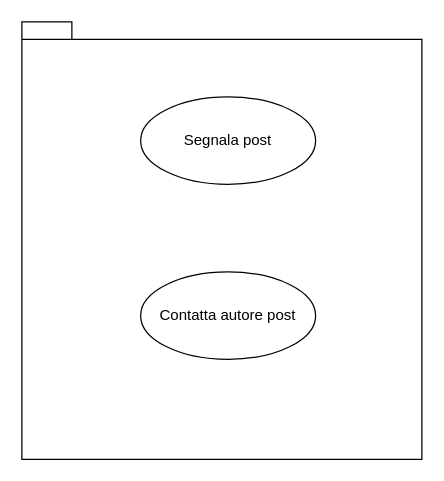
Above: page "Interazione con un post" (4 of 5) of useCase.drawio in archer-65/natour-2122 (draw.io), before the change. Source tidied: cells renumbered, new cells numbered last; positions are measured from the earlier drawing's top-left corner, leaving out a move shared by most shapes. Both pictures are drawn from the tidied source at 125%, with x=0, y=0 at pixel (21, 21).
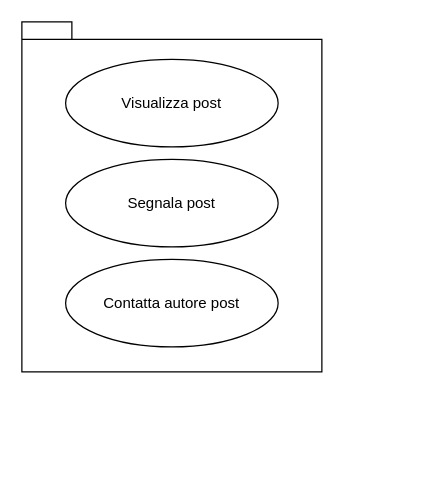
The same diagram, later.

The edit, as a diff of the source:
```diff
@@
 <mxGraphModel>
   <root>
     <mxCell id="0" />
     <mxCell id="1" parent="0" />
     <mxCell id="2" style="shape=folder;fontStyle=1;spacingTop=10;tabWidth=40;tabHeight=14;tabPosition=left;html=1;" parent="1" vertex="1">
-      <mxGeometry width="320" height="350" as="geometry" />
+      <mxGeometry width="240" height="280" as="geometry" />
     </mxCell>
     <mxCell id="3" value="Segnala post" style="ellipse;whiteSpace=wrap;html=1;" parent="1" vertex="1">
-      <mxGeometry x="95" y="60" width="140" height="70" as="geometry" />
+      <mxGeometry x="35" y="110" width="170" height="70" as="geometry" />
     </mxCell>
     <mxCell id="4" value="Contatta autore post" style="ellipse;whiteSpace=wrap;html=1;" parent="1" vertex="1">
-      <mxGeometry x="95" y="200" width="140" height="70" as="geometry" />
+      <mxGeometry x="35" y="190" width="170" height="70" as="geometry" />
     </mxCell>
+    <mxCell id="5" value="Visualizza post" style="ellipse;whiteSpace=wrap;html=1;" parent="1" vertex="1">
+      <mxGeometry x="35" y="30" width="170" height="70" as="geometry" />
+    </mxCell>
   </root>
 </mxGraphModel>
```
